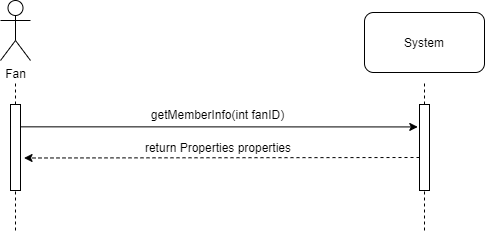
This is doc/use_cases/diagrams/ssd_fan/getMemberInfo.png from Zshoham/Morbis, a draw.io export, as it was before one commit. Source tidied: cells renumbered, new cells last; positions are measured from the earlier drawing's top-left corner, leaving out a move shared by most shapes.
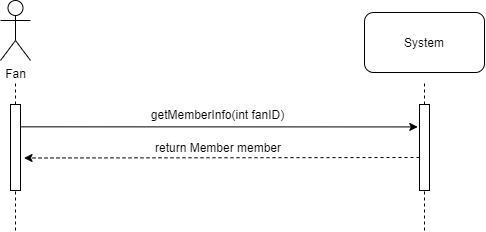
Above is the later version.

What changed in the source:
```diff
@@ -39,7 +39,7 @@
     <mxCell id="10" value="getMemberInfo(int fanID)" style="text;html=1;strokeColor=none;fillColor=none;align=center;verticalAlign=middle;whiteSpace=wrap;rounded=0;" parent="1" vertex="1">
       <mxGeometry x="140" y="104" width="154.5" height="20" as="geometry" />
     </mxCell>
-    <mxCell id="11" value="return Properties properties" style="text;html=1;strokeColor=none;fillColor=none;align=center;verticalAlign=middle;whiteSpace=wrap;rounded=0;" parent="1" vertex="1">
+    <mxCell id="11" value="return Member member" style="text;html=1;strokeColor=none;fillColor=none;align=center;verticalAlign=middle;whiteSpace=wrap;rounded=0;" parent="1" vertex="1">
       <mxGeometry x="83" y="137" width="270" height="20" as="geometry" />
     </mxCell>
     <mxCell id="12" style="endArrow=classic;html=1;dashed=1;exitX=-0.155;exitY=0.254;exitDx=0;exitDy=0;exitPerimeter=0;" parent="1" edge="1">
```
